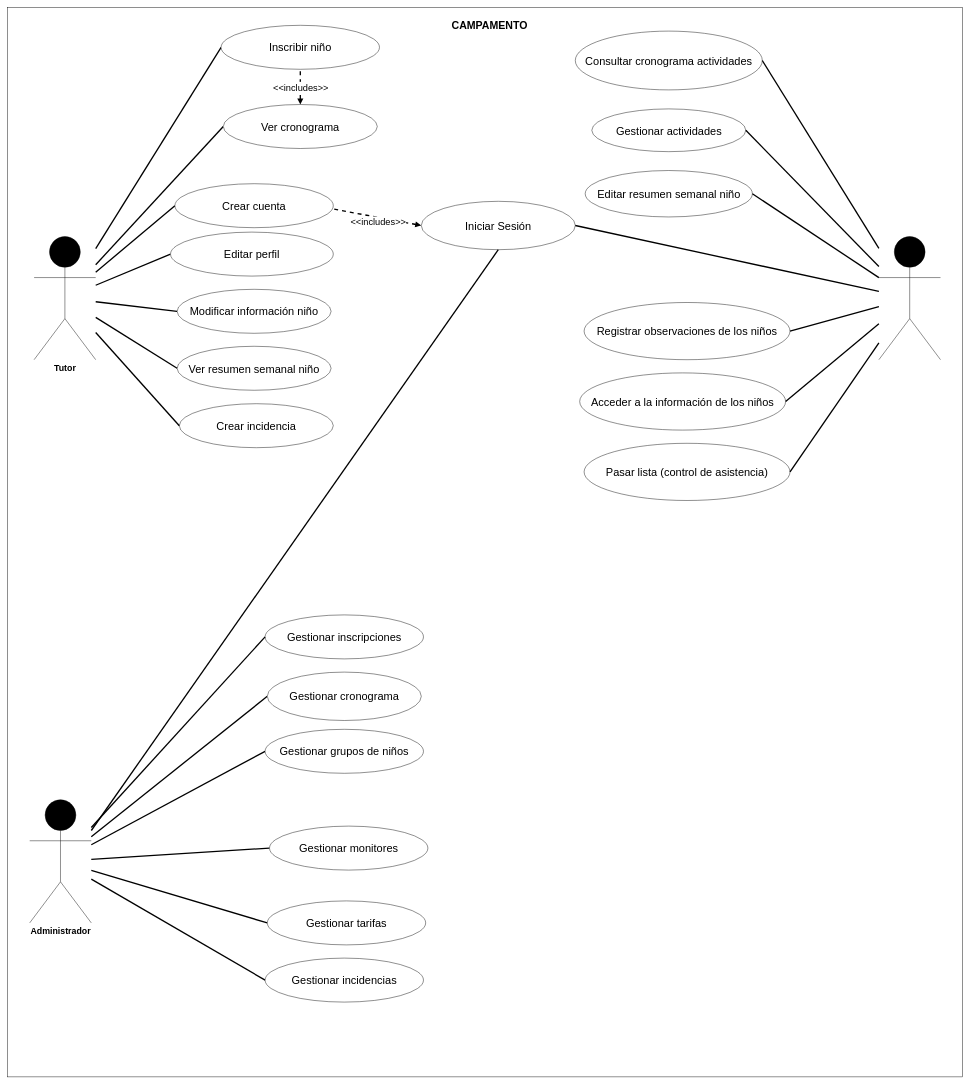
The draw.io diagram page "Page-1" (1 of 2) of docs/diagramaCasosUso.drawio in manuelgomeznavarro/CampamentoPirata, before the edit. Source tidied: cells renumbered, new cells numbered last; positions are measured from the earlier drawing's top-left corner, leaving out a move shared by most shapes. Both pictures are drawn from the tidied source at 44%, with x=0, y=0 at pixel (7, 7).
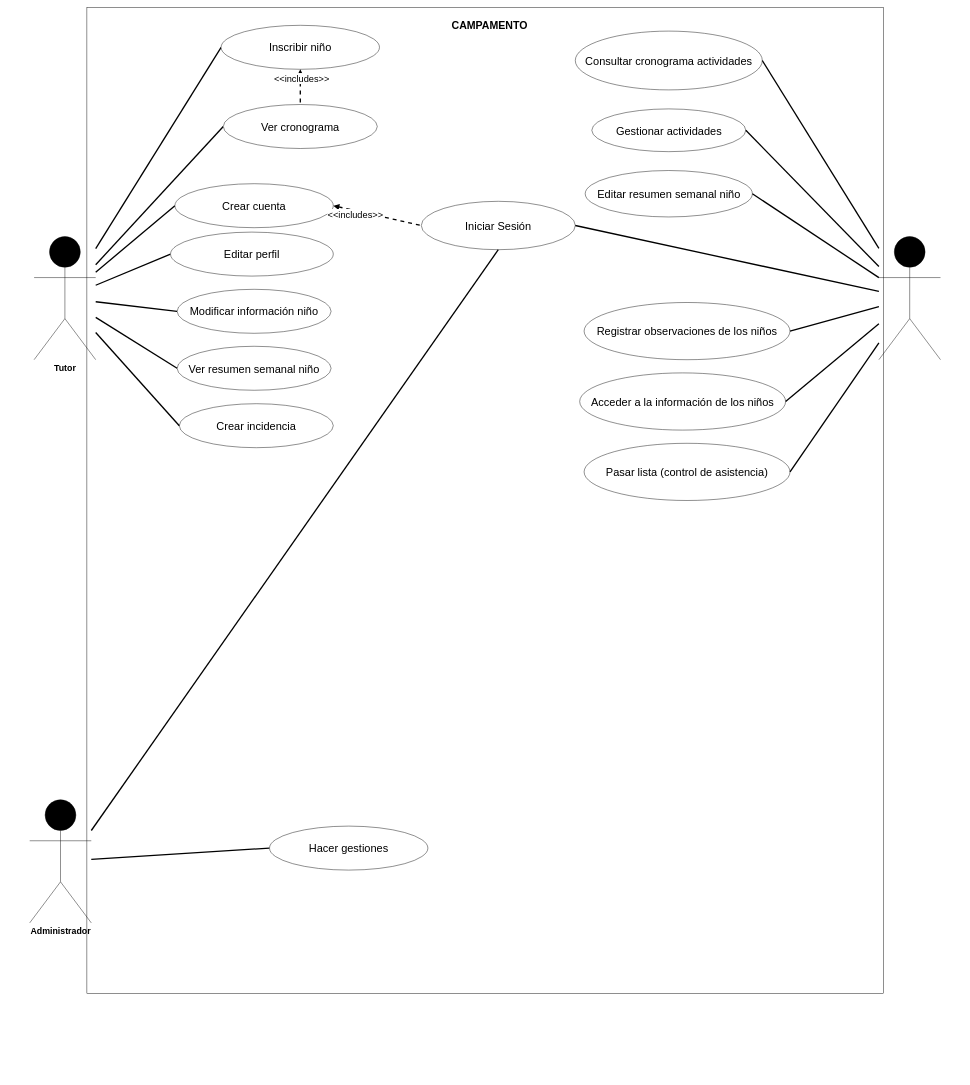
The same diagram, later.

Commit message (it also covers changes not shown here):
Diagrama UML, cambios en la memoria

Unchanged cells that the change refers to:
```xml
<mxCell id="6" value="&lt;font style=&quot;font-size: 25px;&quot;&gt;Crear cuenta&lt;/font&gt;" style="ellipse;whiteSpace=wrap;html=1;fontSize=25;" parent="1" vertex="1">
  <mxGeometry x="380" y="400" width="360" height="100" as="geometry" />
</mxCell>
<mxCell id="9" value="&lt;font style=&quot;font-size: 25px;&quot;&gt;Iniciar Sesión&lt;/font&gt;" style="ellipse;whiteSpace=wrap;html=1;fontSize=25;" parent="1" vertex="1">
  <mxGeometry x="940" y="440" width="350" height="110" as="geometry" />
</mxCell>
<mxCell id="11" value="&lt;font style=&quot;font-size: 25px;&quot;&gt;Inscribir niño&lt;/font&gt;" style="ellipse;whiteSpace=wrap;html=1;fontSize=25;" parent="1" vertex="1">
  <mxGeometry x="485" y="40" width="360" height="100" as="geometry" />
</mxCell>
<mxCell id="14" value="&lt;font style=&quot;font-size: 25px;&quot;&gt;Ver cronograma&lt;/font&gt;" style="ellipse;whiteSpace=wrap;html=1;fontSize=25;" parent="1" vertex="1">
  <mxGeometry x="490" y="220" width="350" height="100" as="geometry" />
</mxCell>
<mxCell id="33" value="&lt;font style=&quot;font-size: 20px;&quot;&gt;&lt;b&gt;Administrador&lt;/b&gt;&lt;/font&gt;" style="shape=umlActor;verticalLabelPosition=bottom;verticalAlign=top;html=1;outlineConnect=0;fillColor=#000000;strokeColor=#000000;" parent="1" vertex="1">
  <mxGeometry x="50" y="1800" width="140" height="280" as="geometry" />
</mxCell>
```

What changed in the source:
```diff
@@
     <mxCell id="2" style="whiteSpace=wrap;html=1;" parent="1" vertex="1">
-      <mxGeometry width="2170" height="2430" as="geometry" />
+      <mxGeometry x="180" width="1810" height="2240" as="geometry" />
     </mxCell>
@@
-    <mxCell id="7" style="edgeStyle=none;shape=connector;rounded=1;html=1;entryX=1.005;entryY=0.578;entryDx=0;entryDy=0;labelBackgroundColor=default;strokeColor=default;strokeWidth=3;fontFamily=Helvetica;fontSize=11;fontColor=default;endArrow=none;endFill=0;dashed=1;startArrow=block;startFill=1;entryPerimeter=0;exitX=0;exitY=0.5;exitDx=0;exitDy=0;" parent="1" edge="1" source="9" target="6">
+    <mxCell id="7" style="edgeStyle=none;shape=connector;rounded=1;html=1;entryX=0;entryY=0.5;entryDx=0;entryDy=0;labelBackgroundColor=default;strokeColor=default;strokeWidth=3;fontFamily=Helvetica;fontSize=11;fontColor=default;endArrow=none;endFill=0;dashed=1;startArrow=block;startFill=1;exitX=1;exitY=0.5;exitDx=0;exitDy=0;" parent="1" edge="1" source="6" target="9">
       <mxGeometry relative="1" as="geometry" />
     </mxCell>
@@
-    <mxCell id="34" value="&lt;font style=&quot;font-size: 25px;&quot;&gt;Gestionar inscripciones&lt;/font&gt;" style="ellipse;whiteSpace=wrap;html=1;fontSize=25;" parent="1" vertex="1">
-      <mxGeometry x="585" y="1380" width="360" height="100" as="geometry" />
-    </mxCell>
-    <mxCell id="35" style="edgeStyle=none;shape=connector;rounded=1;html=1;labelBackgroundColor=default;strokeColor=default;strokeWidth=3;fontFamily=Helvetica;fontSize=11;fontColor=default;endArrow=none;endFill=0;exitX=0;exitY=0.5;exitDx=0;exitDy=0;" parent="1" edge="1" source="36" target="33">
-      <mxGeometry relative="1" as="geometry" />
-    </mxCell>
-    <mxCell id="36" value="&lt;font style=&quot;font-size: 25px;&quot;&gt;Gestionar cronograma&lt;/font&gt;" style="ellipse;whiteSpace=wrap;html=1;fontSize=25;" parent="1" vertex="1">
-      <mxGeometry x="590" y="1510" width="350" height="110" as="geometry" />
-    </mxCell>
-    <mxCell id="37" style="edgeStyle=none;shape=connector;rounded=1;html=1;labelBackgroundColor=default;strokeColor=default;strokeWidth=3;fontFamily=Helvetica;fontSize=11;fontColor=default;endArrow=none;endFill=0;exitX=0;exitY=0.5;exitDx=0;exitDy=0;" parent="1" edge="1" source="38" target="33">
-      <mxGeometry relative="1" as="geometry" />
-    </mxCell>
-    <mxCell id="38" value="Gestionar grupos de niños" style="ellipse;whiteSpace=wrap;html=1;fontSize=25;" parent="1" vertex="1">
-      <mxGeometry x="585" y="1640" width="360" height="100" as="geometry" />
-    </mxCell>
-    <mxCell id="39" style="edgeStyle=none;html=1;exitX=0;exitY=0.5;exitDx=0;exitDy=0;strokeWidth=3;endArrow=none;endFill=0;" parent="1" edge="1" source="34" target="33">
-      <mxGeometry relative="1" as="geometry" />
-    </mxCell>
@@
-    <mxCell id="41" value="Gestionar monitores" style="ellipse;whiteSpace=wrap;html=1;fontSize=25;" parent="1" vertex="1">
+    <mxCell id="41" value="Hacer gestiones" style="ellipse;whiteSpace=wrap;html=1;fontSize=25;" parent="1" vertex="1">
       <mxGeometry x="595" y="1860" width="360" height="100" as="geometry" />
     </mxCell>
-    <mxCell id="42" style="edgeStyle=none;shape=connector;rounded=1;html=1;labelBackgroundColor=default;strokeColor=default;strokeWidth=3;fontFamily=Helvetica;fontSize=11;fontColor=default;endArrow=none;endFill=0;exitX=0;exitY=0.5;exitDx=0;exitDy=0;" parent="1" edge="1" source="43" target="33">
-      <mxGeometry relative="1" as="geometry" />
-    </mxCell>
-    <mxCell id="43" value="Gestionar tarifas" style="ellipse;whiteSpace=wrap;html=1;fontSize=25;" parent="1" vertex="1">
-      <mxGeometry x="590" y="2030" width="360" height="100" as="geometry" />
-    </mxCell>
-    <mxCell id="44" style="edgeStyle=none;shape=connector;rounded=1;html=1;labelBackgroundColor=default;strokeColor=default;strokeWidth=3;fontFamily=Helvetica;fontSize=11;fontColor=default;endArrow=none;endFill=0;exitX=0;exitY=0.5;exitDx=0;exitDy=0;" parent="1" edge="1" source="45" target="33">
-      <mxGeometry relative="1" as="geometry" />
-    </mxCell>
-    <mxCell id="45" value="Gestionar incidencias" style="ellipse;whiteSpace=wrap;html=1;fontSize=25;" parent="1" vertex="1">
-      <mxGeometry x="585" y="2160" width="360" height="100" as="geometry" />
-    </mxCell>
-    <mxCell id="46" style="edgeStyle=none;shape=connector;rounded=1;html=1;entryX=0.5;entryY=1;entryDx=0;entryDy=0;labelBackgroundColor=default;strokeColor=default;strokeWidth=3;fontFamily=Helvetica;fontSize=11;fontColor=default;endArrow=none;endFill=0;dashed=1;startArrow=block;startFill=1;exitX=0.5;exitY=0;exitDx=0;exitDy=0;" parent="1" edge="1" source="14" target="11">
+    <mxCell id="46" style="edgeStyle=none;shape=connector;rounded=1;html=1;entryX=0.5;entryY=0;entryDx=0;entryDy=0;labelBackgroundColor=default;strokeColor=default;strokeWidth=3;fontFamily=Helvetica;fontSize=11;fontColor=default;endArrow=none;endFill=0;dashed=1;startArrow=block;startFill=1;exitX=0.5;exitY=1;exitDx=0;exitDy=0;" parent="1" edge="1" source="11" target="14">
       <mxGeometry relative="1" as="geometry" />
     </mxCell>
```
